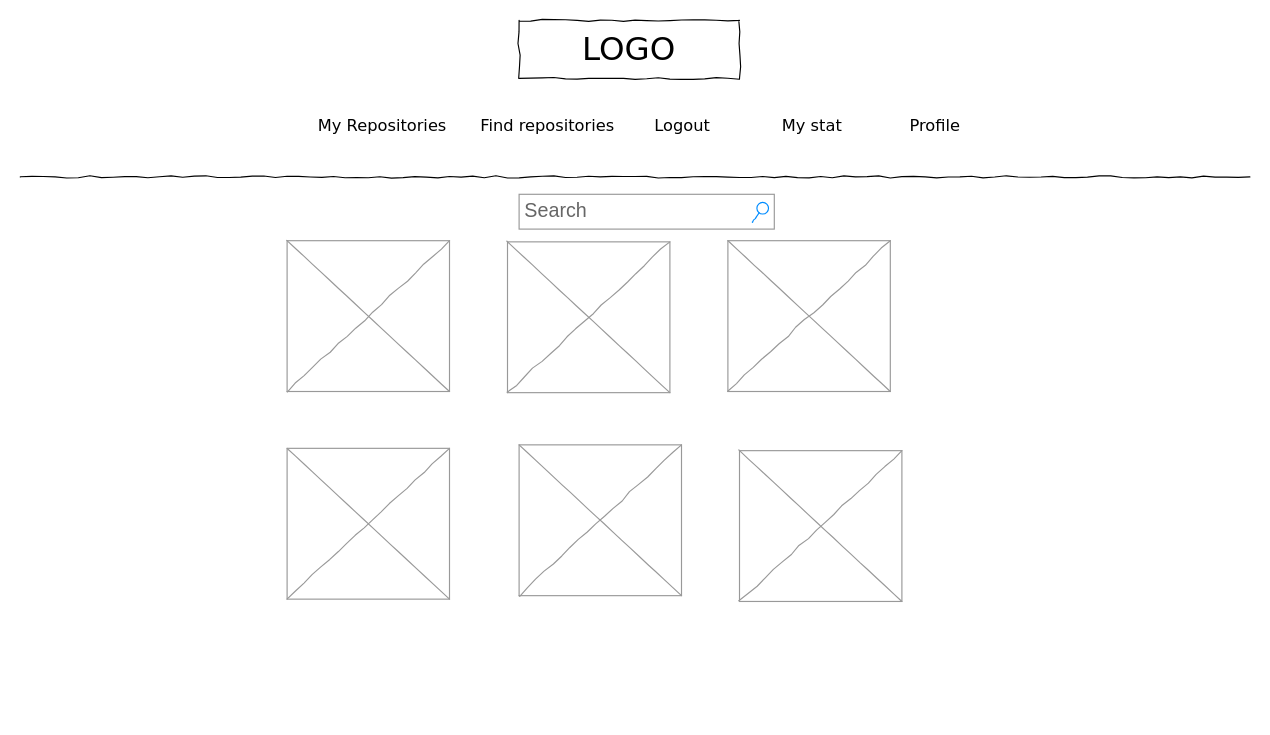
This is page "Home page" (2 of 6) of Untitled Diagram.drawio from NielsMKristensen/gitStat, a draw.io file, before an edit. Source tidied: cells renumbered, new cells numbered last; positions are measured from the earlier drawing's top-left corner, leaving out a move shared by most shapes. Both pictures are drawn from the tidied source at 116%, with x=0, y=0 at pixel (20, 20).
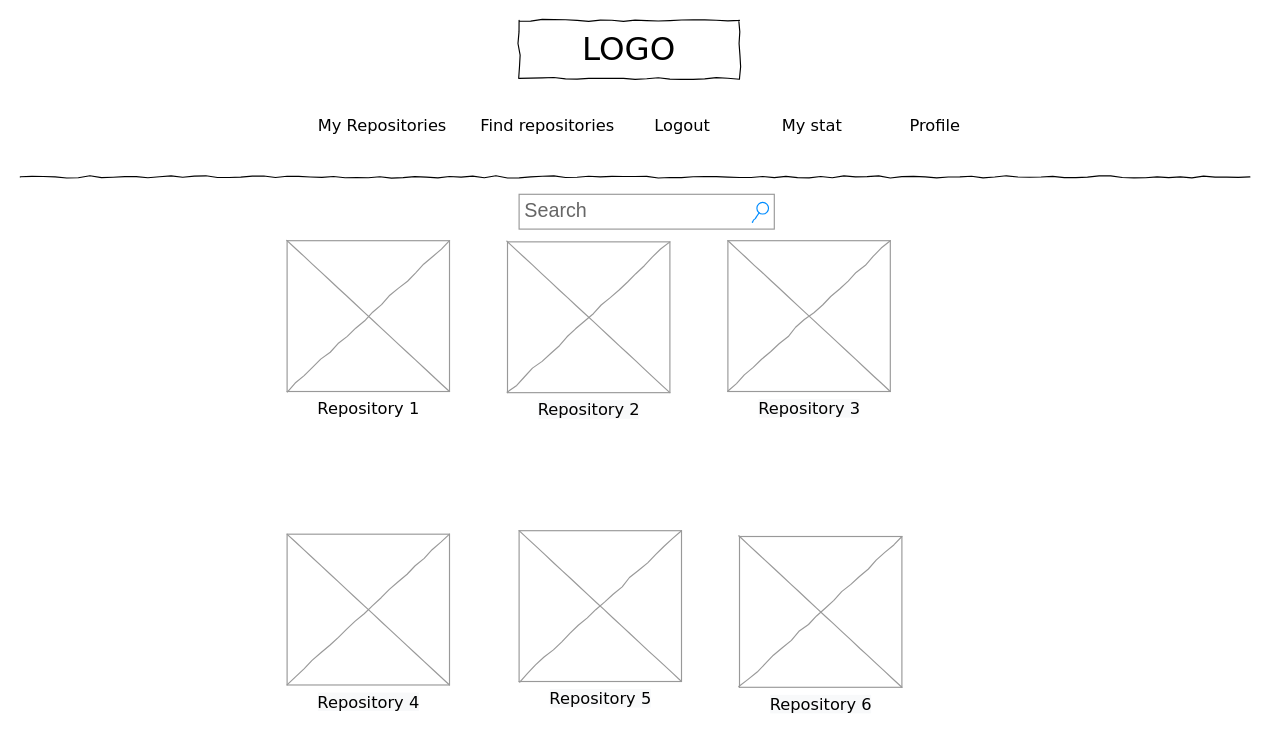
The same diagram, later.

What changed in the source:
```diff
@@
 <mxGraphModel>
   <root>
     <mxCell id="0" />
     <mxCell id="1" parent="0" />
     <mxCell id="2" value="LOGO" style="whiteSpace=wrap;html=1;rounded=0;shadow=0;labelBackgroundColor=none;strokeWidth=1;fontFamily=Verdana;fontSize=28;align=center;comic=1;" parent="1" vertex="1">
       <mxGeometry x="430" width="190" height="50" as="geometry" />
     </mxCell>
     <mxCell id="3" value="Search" style="strokeWidth=1;shadow=0;dashed=0;align=center;html=1;shape=mxgraph.mockup.forms.searchBox;strokeColor=#999999;mainText=;strokeColor2=#008cff;fontColor=#666666;fontSize=17;align=left;spacingLeft=3;rounded=0;labelBackgroundColor=none;comic=1;" parent="1" vertex="1">
       <mxGeometry x="430" y="150" width="220" height="30" as="geometry" />
     </mxCell>
     <mxCell id="4" style="line;strokeWidth=1;html=1;rounded=0;shadow=0;labelBackgroundColor=none;fillColor=none;fontFamily=Verdana;fontSize=14;fontColor=#000000;align=center;comic=1;" parent="1" vertex="1">
       <mxGeometry y="100" width="1060" height="70" as="geometry" />
     </mxCell>
     <mxCell id="5" value="Logout" style="text;html=1;align=left;verticalAlign=top;spacingTop=-4;fontSize=14;fontFamily=Verdana;" parent="1" vertex="1">
       <mxGeometry x="545" y="80" width="60" height="20" as="geometry" />
     </mxCell>
     <mxCell id="6" value="My stat" style="text;html=1;align=left;verticalAlign=top;spacingTop=-4;fontSize=14;fontFamily=Verdana;" parent="1" vertex="1">
       <mxGeometry x="655" y="80" width="60" height="20" as="geometry" />
     </mxCell>
-    <mxCell id="7" style="verticalLabelPosition=bottom;shadow=0;dashed=0;align=center;html=1;verticalAlign=top;strokeWidth=1;shape=mxgraph.mockup.graphics.simpleIcon;strokeColor=#999999;rounded=0;labelBackgroundColor=none;fontFamily=Verdana;fontSize=14;fontColor=#000000;comic=1;" parent="1" vertex="1">
+    <mxCell id="7" value="Repository 1" style="verticalLabelPosition=bottom;shadow=0;dashed=0;align=center;html=1;verticalAlign=top;strokeWidth=1;shape=mxgraph.mockup.graphics.simpleIcon;strokeColor=#999999;rounded=0;labelBackgroundColor=none;fontFamily=Verdana;fontSize=14;fontColor=#000000;comic=1;" parent="1" vertex="1">
       <mxGeometry x="230" y="190" width="140" height="130" as="geometry" />
     </mxCell>
     <mxCell id="8" value="Profile" style="text;html=1;align=left;verticalAlign=top;spacingTop=-4;fontSize=14;fontFamily=Verdana;" parent="1" vertex="1">
       <mxGeometry x="765" y="80" width="60" height="20" as="geometry" />
     </mxCell>
-    <mxCell id="9" style="verticalLabelPosition=bottom;shadow=0;dashed=0;align=center;html=1;verticalAlign=top;strokeWidth=1;shape=mxgraph.mockup.graphics.simpleIcon;strokeColor=#999999;rounded=0;labelBackgroundColor=none;fontFamily=Verdana;fontSize=14;fontColor=#000000;comic=1;" parent="1" vertex="1">
+    <mxCell id="9" value="&lt;span style=&quot;color: rgb(0 , 0 , 0) ; font-family: &amp;#34;verdana&amp;#34; ; font-size: 14px ; font-style: normal ; font-weight: 400 ; letter-spacing: normal ; text-align: center ; text-indent: 0px ; text-transform: none ; word-spacing: 0px ; background-color: rgb(248 , 249 , 250) ; display: inline ; float: none&quot;&gt;Repository 2&lt;/span&gt;" style="verticalLabelPosition=bottom;shadow=0;dashed=0;align=center;html=1;verticalAlign=top;strokeWidth=1;shape=mxgraph.mockup.graphics.simpleIcon;strokeColor=#999999;rounded=0;labelBackgroundColor=none;fontFamily=Verdana;fontSize=14;fontColor=#000000;comic=1;" parent="1" vertex="1">
       <mxGeometry x="420" y="191" width="140" height="130" as="geometry" />
     </mxCell>
-    <mxCell id="10" style="verticalLabelPosition=bottom;shadow=0;dashed=0;align=center;html=1;verticalAlign=top;strokeWidth=1;shape=mxgraph.mockup.graphics.simpleIcon;strokeColor=#999999;rounded=0;labelBackgroundColor=none;fontFamily=Verdana;fontSize=14;fontColor=#000000;comic=1;" parent="1" vertex="1">
+    <mxCell id="10" value="&lt;span style=&quot;color: rgb(0 , 0 , 0) ; font-family: &amp;#34;verdana&amp;#34; ; font-size: 14px ; font-style: normal ; font-weight: 400 ; letter-spacing: normal ; text-align: center ; text-indent: 0px ; text-transform: none ; word-spacing: 0px ; background-color: rgb(248 , 249 , 250) ; display: inline ; float: none&quot;&gt;Repository 3&lt;/span&gt;" style="verticalLabelPosition=bottom;shadow=0;dashed=0;align=center;html=1;verticalAlign=top;strokeWidth=1;shape=mxgraph.mockup.graphics.simpleIcon;strokeColor=#999999;rounded=0;labelBackgroundColor=none;fontFamily=Verdana;fontSize=14;fontColor=#000000;comic=1;" parent="1" vertex="1">
       <mxGeometry x="610" y="190" width="140" height="130" as="geometry" />
     </mxCell>
-    <mxCell id="11" style="verticalLabelPosition=bottom;shadow=0;dashed=0;align=center;html=1;verticalAlign=top;strokeWidth=1;shape=mxgraph.mockup.graphics.simpleIcon;strokeColor=#999999;rounded=0;labelBackgroundColor=none;fontFamily=Verdana;fontSize=14;fontColor=#000000;comic=1;" parent="1" vertex="1">
-      <mxGeometry x="430" y="366" width="140" height="130" as="geometry" />
+    <mxCell id="11" value="&lt;span style=&quot;color: rgb(0 , 0 , 0) ; font-family: &amp;#34;verdana&amp;#34; ; font-size: 14px ; font-style: normal ; font-weight: 400 ; letter-spacing: normal ; text-align: center ; text-indent: 0px ; text-transform: none ; word-spacing: 0px ; background-color: rgb(248 , 249 , 250) ; display: inline ; float: none&quot;&gt;Repository 5&lt;/span&gt;" style="verticalLabelPosition=bottom;shadow=0;dashed=0;align=center;html=1;verticalAlign=top;strokeWidth=1;shape=mxgraph.mockup.graphics.simpleIcon;strokeColor=#999999;rounded=0;labelBackgroundColor=none;fontFamily=Verdana;fontSize=14;fontColor=#000000;comic=1;" parent="1" vertex="1">
+      <mxGeometry x="430" y="440" width="140" height="130" as="geometry" />
     </mxCell>
-    <mxCell id="12" style="verticalLabelPosition=bottom;shadow=0;dashed=0;align=center;html=1;verticalAlign=top;strokeWidth=1;shape=mxgraph.mockup.graphics.simpleIcon;strokeColor=#999999;rounded=0;labelBackgroundColor=none;fontFamily=Verdana;fontSize=14;fontColor=#000000;comic=1;" parent="1" vertex="1">
-      <mxGeometry x="230" y="369" width="140" height="130" as="geometry" />
+    <mxCell id="12" value="&lt;span style=&quot;color: rgb(0 , 0 , 0) ; font-family: &amp;#34;verdana&amp;#34; ; font-size: 14px ; font-style: normal ; font-weight: 400 ; letter-spacing: normal ; text-align: center ; text-indent: 0px ; text-transform: none ; word-spacing: 0px ; background-color: rgb(248 , 249 , 250) ; display: inline ; float: none&quot;&gt;Repository 4&lt;/span&gt;" style="verticalLabelPosition=bottom;shadow=0;dashed=0;align=center;html=1;verticalAlign=top;strokeWidth=1;shape=mxgraph.mockup.graphics.simpleIcon;strokeColor=#999999;rounded=0;labelBackgroundColor=none;fontFamily=Verdana;fontSize=14;fontColor=#000000;comic=1;" parent="1" vertex="1">
+      <mxGeometry x="230" y="443" width="140" height="130" as="geometry" />
     </mxCell>
-    <mxCell id="13" style="verticalLabelPosition=bottom;shadow=0;dashed=0;align=center;html=1;verticalAlign=top;strokeWidth=1;shape=mxgraph.mockup.graphics.simpleIcon;strokeColor=#999999;rounded=0;labelBackgroundColor=none;fontFamily=Verdana;fontSize=14;fontColor=#000000;comic=1;" parent="1" vertex="1">
-      <mxGeometry x="620" y="371" width="140" height="130" as="geometry" />
+    <mxCell id="13" value="&lt;span style=&quot;color: rgb(0 , 0 , 0) ; font-family: &amp;#34;verdana&amp;#34; ; font-size: 14px ; font-style: normal ; font-weight: 400 ; letter-spacing: normal ; text-align: center ; text-indent: 0px ; text-transform: none ; word-spacing: 0px ; background-color: rgb(248 , 249 , 250) ; display: inline ; float: none&quot;&gt;Repository 6&lt;/span&gt;" style="verticalLabelPosition=bottom;shadow=0;dashed=0;align=center;html=1;verticalAlign=top;strokeWidth=1;shape=mxgraph.mockup.graphics.simpleIcon;strokeColor=#999999;rounded=0;labelBackgroundColor=none;fontFamily=Verdana;fontSize=14;fontColor=#000000;comic=1;" parent="1" vertex="1">
+      <mxGeometry x="620" y="445" width="140" height="130" as="geometry" />
     </mxCell>
     <mxCell id="14" value="My Repositories" style="text;html=1;align=left;verticalAlign=top;spacingTop=-4;fontSize=14;fontFamily=Verdana;" parent="1" vertex="1">
       <mxGeometry x="255" y="80" width="60" height="20" as="geometry" />
     </mxCell>
     <mxCell id="15" value="Find repositories" style="text;html=1;align=left;verticalAlign=top;spacingTop=-4;fontSize=14;fontFamily=Verdana;" parent="1" vertex="1">
       <mxGeometry x="395" y="80" width="60" height="20" as="geometry" />
     </mxCell>
   </root>
 </mxGraphModel>
```
